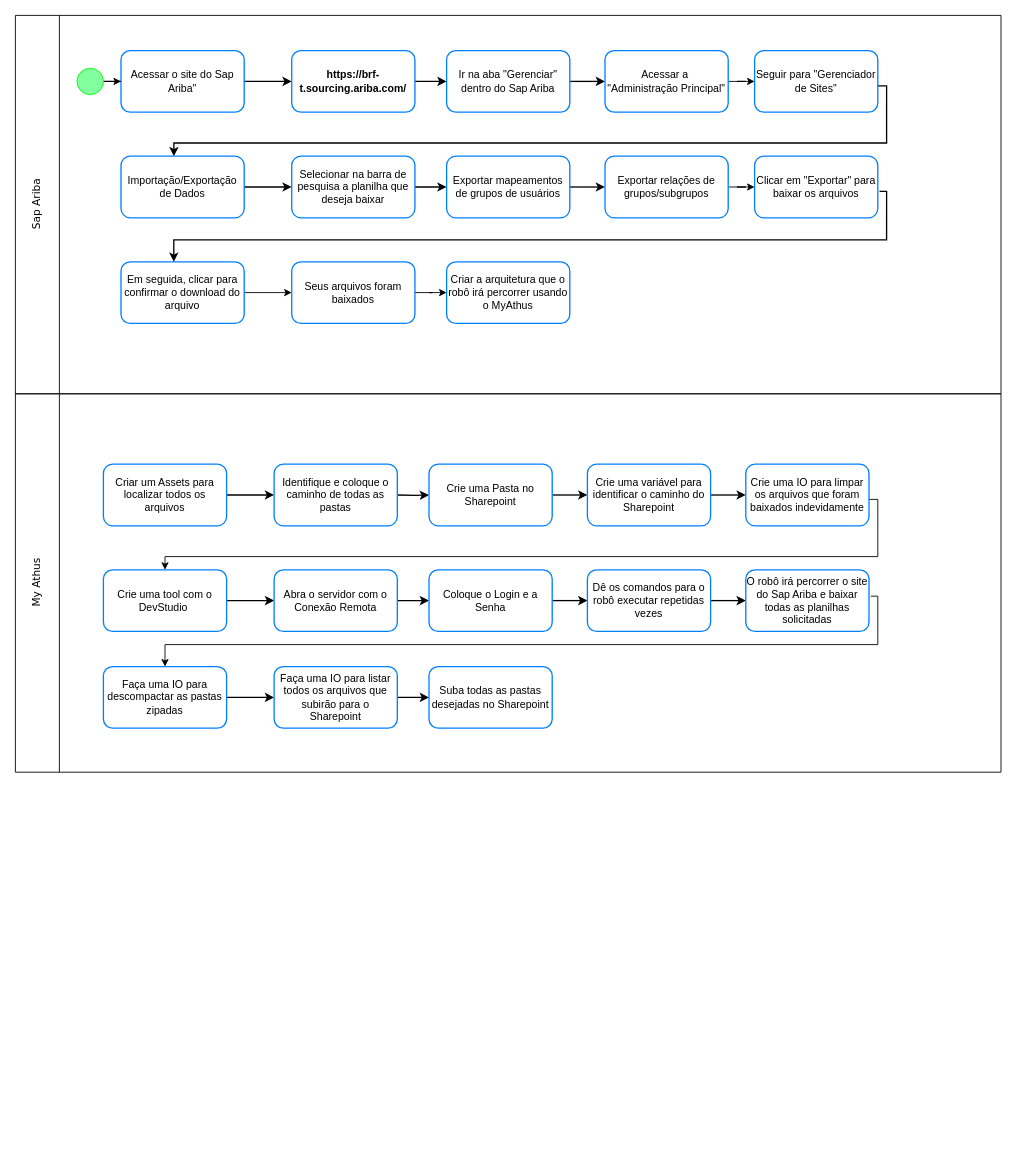
leopartika/Meus-Projetos keeps this draw.io diagram as Diagrama detalhado - RCT087.drawio. Above is the earlier version. Source tidied: cells renumbered, new cells numbered last; positions are measured from the earlier drawing's top-left corner, leaving out a move shared by most shapes. Both pictures are drawn from the tidied source at 88%, with x=0, y=0 at pixel (2, 15).
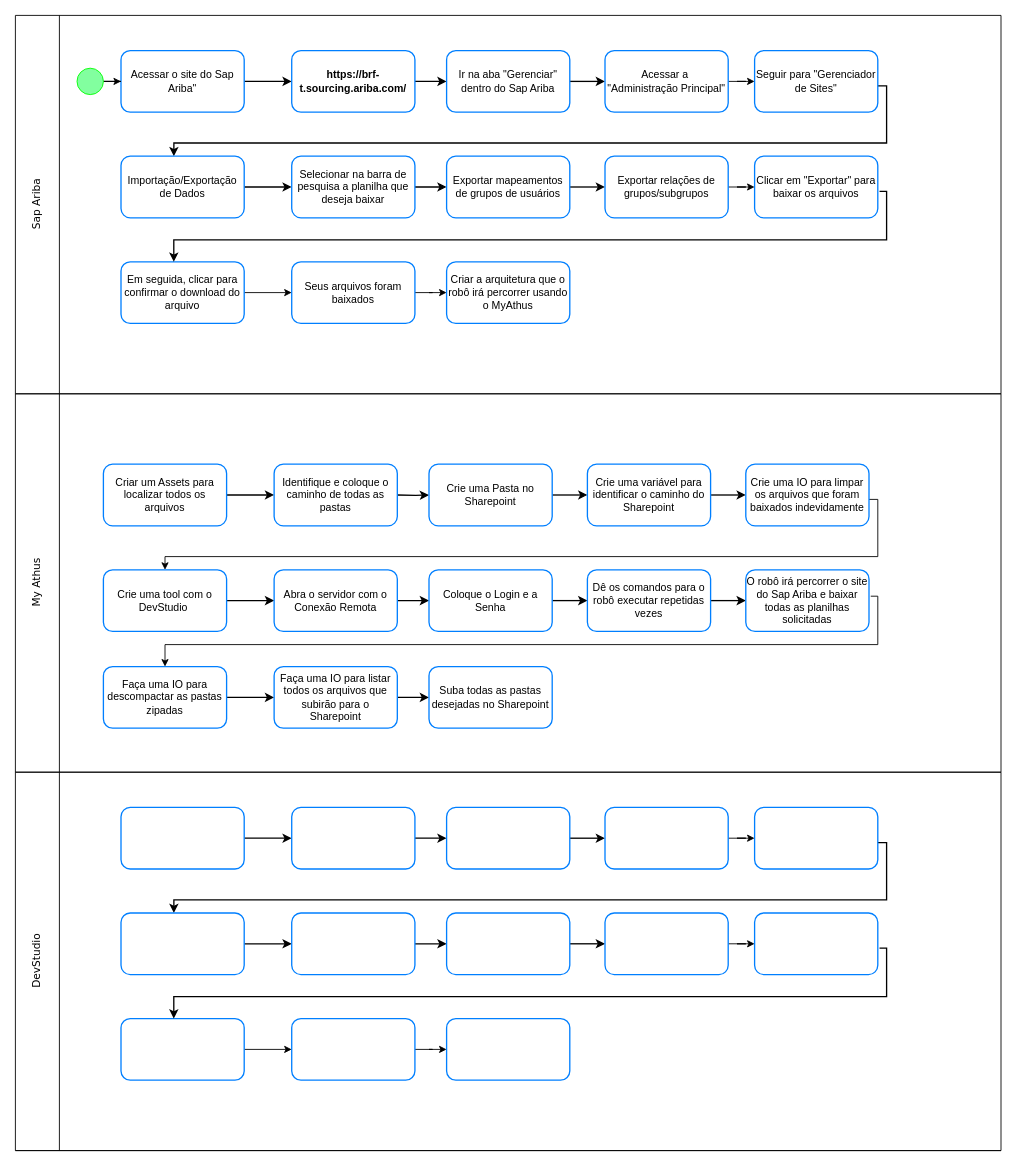
The same diagram, later.

Diff of the diagram source:
```diff
@@
+    <mxCell id="66" style="edgeStyle=orthogonalEdgeStyle;rounded=0;jettySize=auto;html=1;strokeColor=#000000;strokeWidth=1.5;" parent="1" edge="1" source="67" target="69">
+      <mxGeometry relative="1" as="geometry" />
+    </mxCell>
+    <mxCell id="67" style="rounded=1;whiteSpace=wrap;html=1;strokeColor=#007FFF;strokeWidth=1.5;" parent="1" vertex="1">
+      <mxGeometry x="135" y="900" width="140" height="70" as="geometry" />
+    </mxCell>
+    <mxCell id="68" style="edgeStyle=orthogonalEdgeStyle;rounded=0;jettySize=auto;html=1;strokeColor=#000000;strokeWidth=1.5;" parent="1" edge="1" source="69" target="71">
+      <mxGeometry relative="1" as="geometry" />
+    </mxCell>
+    <mxCell id="69" style="rounded=1;whiteSpace=wrap;html=1;strokeColor=#007FFF;strokeWidth=1.5;" parent="1" vertex="1">
+      <mxGeometry x="329" y="900" width="140" height="70" as="geometry" />
+    </mxCell>
+    <mxCell id="70" style="edgeStyle=orthogonalEdgeStyle;rounded=0;jettySize=auto;html=1;strokeColor=#000000;strokeWidth=1.5;" parent="1" edge="1" source="71" target="73">
+      <mxGeometry relative="1" as="geometry" />
+    </mxCell>
+    <mxCell id="71" style="rounded=1;whiteSpace=wrap;html=1;strokeColor=#007FFF;strokeWidth=1.5;" parent="1" vertex="1">
+      <mxGeometry x="505" y="900" width="140" height="70" as="geometry" />
+    </mxCell>
+    <mxCell id="72" style="edgeStyle=orthogonalEdgeStyle;rounded=0;jettySize=auto;html=1;" parent="1" edge="1" source="73" target="75">
+      <mxGeometry relative="1" as="geometry" />
+    </mxCell>
+    <mxCell id="73" style="rounded=1;whiteSpace=wrap;html=1;strokeColor=#007FFF;strokeWidth=1.5;" parent="1" vertex="1">
+      <mxGeometry x="685" y="900" width="140" height="70" as="geometry" />
+    </mxCell>
+    <mxCell id="74" style="edgeStyle=orthogonalEdgeStyle;rounded=0;jettySize=auto;html=1;strokeWidth=1.5;entryX=0.429;entryY=0;entryDx=0;entryDy=0;entryPerimeter=0;" parent="1" edge="1" target="77">
+      <mxGeometry relative="1" as="geometry">
+        <mxPoint x="977" y="920" as="sourcePoint" />
+        <Array as="points">
+          <mxPoint x="977" y="940" />
+          <mxPoint x="1005" y="940" />
+          <mxPoint x="1005" y="1005" />
+          <mxPoint x="195" y="1005" />
+        </Array>
+      </mxGeometry>
+    </mxCell>
+    <mxCell id="75" style="rounded=1;whiteSpace=wrap;html=1;strokeColor=#007FFF;strokeWidth=1.5;" parent="1" vertex="1">
+      <mxGeometry x="855" y="900" width="140" height="70" as="geometry" />
+    </mxCell>
+    <mxCell id="76" style="edgeStyle=orthogonalEdgeStyle;rounded=0;jettySize=auto;html=1;strokeColor=#000000;strokeWidth=1.5;" parent="1" edge="1" source="77" target="79">
+      <mxGeometry relative="1" as="geometry" />
+    </mxCell>
+    <mxCell id="77" style="rounded=1;whiteSpace=wrap;html=1;strokeColor=#007FFF;strokeWidth=1.5;" parent="1" vertex="1">
+      <mxGeometry x="135" y="1020" width="140" height="70" as="geometry" />
+    </mxCell>
+    <mxCell id="78" style="edgeStyle=orthogonalEdgeStyle;rounded=0;jettySize=auto;html=1;strokeColor=#000000;strokeWidth=1.5;" parent="1" edge="1" source="79" target="81">
+      <mxGeometry relative="1" as="geometry" />
+    </mxCell>
+    <mxCell id="79" style="rounded=1;whiteSpace=wrap;html=1;strokeColor=#007FFF;strokeWidth=1.5;" parent="1" vertex="1">
+      <mxGeometry x="329" y="1020" width="140" height="70" as="geometry" />
+    </mxCell>
+    <mxCell id="80" style="edgeStyle=orthogonalEdgeStyle;rounded=0;jettySize=auto;html=1;strokeColor=#000000;strokeWidth=1.5;" parent="1" edge="1" source="81" target="83">
+      <mxGeometry relative="1" as="geometry" />
+    </mxCell>
+    <mxCell id="81" style="rounded=1;whiteSpace=wrap;html=1;strokeColor=#007FFF;strokeWidth=1.5;" parent="1" vertex="1">
+      <mxGeometry x="505" y="1020" width="140" height="70" as="geometry" />
+    </mxCell>
+    <mxCell id="82" style="edgeStyle=orthogonalEdgeStyle;rounded=0;jettySize=auto;html=1;" parent="1" edge="1" source="83" target="84">
+      <mxGeometry relative="1" as="geometry" />
+    </mxCell>
+    <mxCell id="83" style="rounded=1;whiteSpace=wrap;html=1;strokeColor=#007FFF;strokeWidth=1.5;" parent="1" vertex="1">
+      <mxGeometry x="685" y="1020" width="140" height="70" as="geometry" />
+    </mxCell>
+    <mxCell id="84" style="rounded=1;whiteSpace=wrap;html=1;strokeColor=#007FFF;strokeWidth=1.5;" parent="1" vertex="1">
+      <mxGeometry x="855" y="1020" width="140" height="70" as="geometry" />
+    </mxCell>
+    <mxCell id="85" style="edgeStyle=orthogonalEdgeStyle;rounded=0;jettySize=auto;html=1;" parent="1" edge="1" source="86" target="96">
+      <mxGeometry relative="1" as="geometry" />
+    </mxCell>
+    <mxCell id="86" style="rounded=1;whiteSpace=wrap;html=1;strokeColor=#007FFF;strokeWidth=1.5;" parent="1" vertex="1">
+      <mxGeometry x="135" y="1140" width="140" height="70" as="geometry" />
+    </mxCell>
+    <mxCell id="87" style="edgeStyle=orthogonalEdgeStyle;rounded=0;orthogonalLoop=1;jettySize=auto;html=1;strokeWidth=1.5;" parent="1" edge="1">
+      <mxGeometry relative="1" as="geometry">
+        <mxPoint x="997" y="1060" as="sourcePoint" />
+        <mxPoint x="195" y="1140" as="targetPoint" />
+        <Array as="points">
+          <mxPoint x="1005" y="1060" />
+          <mxPoint x="1005" y="1115" />
+          <mxPoint x="195" y="1115" />
+        </Array>
+      </mxGeometry>
+    </mxCell>
+    <mxCell id="88" style="endArrow=none;html=1;rounded=0;" parent="1" edge="1">
+      <mxGeometry relative="1" as="geometry">
+        <mxPoint x="65" y="1290" as="sourcePoint" />
+        <mxPoint x="65" y="860" as="targetPoint" />
+      </mxGeometry>
+    </mxCell>
+    <mxCell id="89" value="DevStudio" style="text;html=1;align=center;verticalAlign=middle;strokeColor=none;fillColor=none;rotation=270;fontStyle=0;fontFamily=Verdana;" parent="1" vertex="1">
+      <mxGeometry x="-5" y="1060" width="90" height="30" as="geometry" />
+    </mxCell>
+    <mxCell id="90" style="endArrow=none;html=1;rounded=0;" parent="1" edge="1">
+      <mxGeometry relative="1" as="geometry">
+        <mxPoint x="1135" y="860" as="sourcePoint" />
+        <mxPoint x="15" y="860" as="targetPoint" />
+      </mxGeometry>
+    </mxCell>
+    <mxCell id="91" style="endArrow=none;html=1;rounded=0;" parent="1" edge="1">
+      <mxGeometry relative="1" as="geometry">
+        <mxPoint x="15" y="1290" as="sourcePoint" />
+        <mxPoint x="15" y="860" as="targetPoint" />
+      </mxGeometry>
+    </mxCell>
+    <mxCell id="92" style="endArrow=none;html=1;rounded=0;" parent="1" edge="1">
+      <mxGeometry relative="1" as="geometry">
+        <mxPoint x="1135" y="1290" as="sourcePoint" />
+        <mxPoint x="1135" y="860" as="targetPoint" />
+      </mxGeometry>
+    </mxCell>
+    <mxCell id="93" style="endArrow=none;html=1;rounded=0;" parent="1" edge="1">
+      <mxGeometry relative="1" as="geometry">
+        <mxPoint x="1135" y="1290" as="sourcePoint" />
+        <mxPoint x="15" y="1290" as="targetPoint" />
+      </mxGeometry>
+    </mxCell>
+    <mxCell id="94" style="endArrow=none;html=1;rounded=0;" parent="1" edge="1">
+      <mxGeometry relative="1" as="geometry">
+        <mxPoint x="1135" y="1290" as="sourcePoint" />
+        <mxPoint x="15" y="1290" as="targetPoint" />
+      </mxGeometry>
+    </mxCell>
+    <mxCell id="95" style="edgeStyle=orthogonalEdgeStyle;rounded=0;jettySize=auto;html=1;" parent="1" edge="1" source="96" target="97">
+      <mxGeometry relative="1" as="geometry" />
+    </mxCell>
+    <mxCell id="96" style="rounded=1;whiteSpace=wrap;html=1;strokeColor=#007FFF;strokeWidth=1.5;" parent="1" vertex="1">
+      <mxGeometry x="329" y="1140" width="140" height="70" as="geometry" />
+    </mxCell>
+    <mxCell id="97" style="rounded=1;whiteSpace=wrap;html=1;strokeColor=#007FFF;strokeWidth=1.5;" parent="1" vertex="1">
+      <mxGeometry x="505" y="1140" width="140" height="70" as="geometry" />
+    </mxCell>
```
